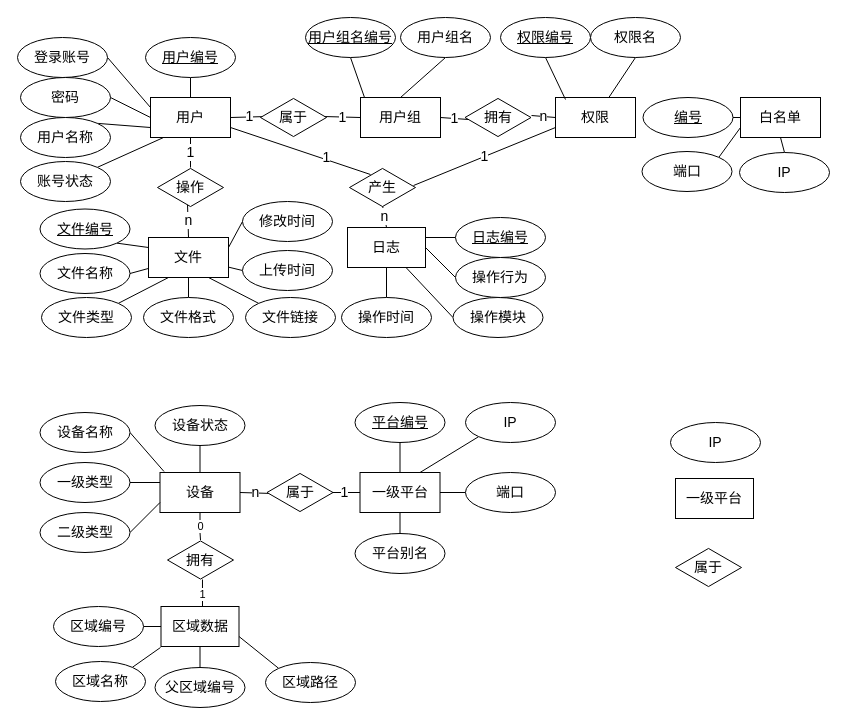
Earlier version of the draw.io diagram ER图.drawio (waterwatermelon/graph). Source tidied: cells renumbered, new cells numbered last; positions are measured from the earlier drawing's top-left corner, leaving out a move shared by most shapes. Both pictures are drawn from the tidied source at 100%, with x=0, y=0 at pixel (17, 17).
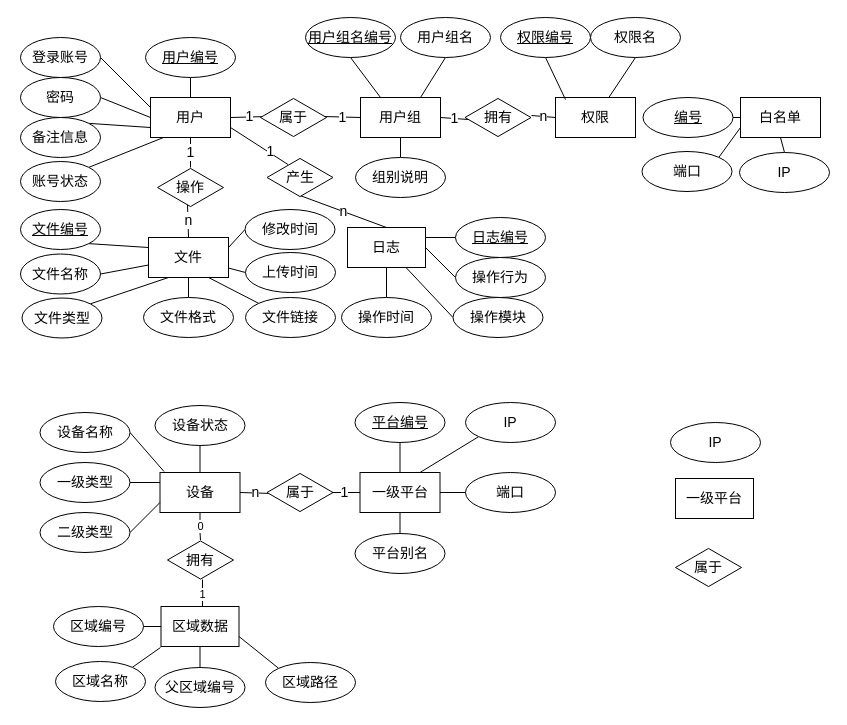
The same diagram, later.

The change refers to these unchanged cells:
```xml
<mxCell id="15" value="用户组" style="rounded=0;whiteSpace=wrap;html=1;fontSize=14;" parent="1" vertex="1">
  <mxGeometry x="343" y="80" width="80" height="40" as="geometry" />
</mxCell>
<mxCell id="18" value="&lt;u&gt;用户组名编号&lt;/u&gt;" style="ellipse;whiteSpace=wrap;html=1;fontSize=14;" parent="1" vertex="1">
  <mxGeometry x="288" width="90" height="40" as="geometry" />
</mxCell>
<mxCell id="20" value="用户组名" style="ellipse;whiteSpace=wrap;html=1;fontSize=14;" parent="1" vertex="1">
  <mxGeometry x="383" width="90" height="40" as="geometry" />
</mxCell>
<mxCell id="23" value="权限" style="rounded=0;whiteSpace=wrap;html=1;fontSize=14;" parent="1" vertex="1">
  <mxGeometry x="538" y="80" width="80" height="40" as="geometry" />
</mxCell>
```

Diff of the diagram source:
```diff
@@
     <mxCell id="8" value="登录账号" style="ellipse;whiteSpace=wrap;html=1;fontSize=14;" parent="1" vertex="1">
-      <mxGeometry y="20" width="90" height="40" as="geometry" />
+      <mxGeometry x="3" y="20" width="80" height="40" as="geometry" />
     </mxCell>
@@
     <mxCell id="10" value="密码" style="ellipse;whiteSpace=wrap;html=1;fontSize=14;" parent="1" vertex="1">
-      <mxGeometry x="3" y="60" width="90" height="40" as="geometry" />
+      <mxGeometry x="3" y="60" width="80" height="40" as="geometry" />
     </mxCell>
@@
-    <mxCell id="12" value="用户名称" style="ellipse;whiteSpace=wrap;html=1;fontSize=14;" parent="1" vertex="1">
-      <mxGeometry x="3" y="100" width="90" height="40" as="geometry" />
+    <mxCell id="12" value="备注信息" style="ellipse;whiteSpace=wrap;html=1;fontSize=14;" parent="1" vertex="1">
+      <mxGeometry x="3" y="100" width="80" height="40" as="geometry" />
     </mxCell>
@@
-    <mxCell id="17" style="edgeStyle=none;rounded=0;jettySize=auto;html=1;exitX=0.5;exitY=1;exitDx=0;exitDy=0;entryX=0.05;entryY=0;entryDx=0;entryDy=0;entryPerimeter=0;endArrow=none;endFill=0;fontSize=14;" parent="1" edge="1" source="18" target="15">
+    <mxCell id="17" style="edgeStyle=none;rounded=0;jettySize=auto;html=1;exitX=0.5;exitY=1;exitDx=0;exitDy=0;entryX=0.25;entryY=0;entryDx=0;entryDy=0;endArrow=none;endFill=0;fontSize=14;" parent="1" edge="1" source="18" target="15">
       <mxGeometry relative="1" as="geometry" />
     </mxCell>
@@
-    <mxCell id="19" style="edgeStyle=none;rounded=0;jettySize=auto;html=1;exitX=0.5;exitY=1;exitDx=0;exitDy=0;entryX=0.5;entryY=0;entryDx=0;entryDy=0;endArrow=none;endFill=0;fontSize=14;" parent="1" edge="1" source="20" target="15">
+    <mxCell id="19" style="edgeStyle=none;rounded=0;jettySize=auto;html=1;exitX=0.5;exitY=1;exitDx=0;exitDy=0;entryX=0.75;entryY=0;entryDx=0;entryDy=0;endArrow=none;endFill=0;fontSize=14;" parent="1" edge="1" source="20" target="15">
       <mxGeometry relative="1" as="geometry" />
     </mxCell>
@@
-    <mxCell id="22" value="1" style="edgeStyle=none;rounded=0;jettySize=auto;html=1;exitX=0;exitY=0.75;exitDx=0;exitDy=0;entryX=0.97;entryY=0.45;entryDx=0;entryDy=0;entryPerimeter=0;endArrow=none;endFill=0;fontSize=14;" parent="1" edge="1" source="23" target="73">
-      <mxGeometry relative="1" as="geometry" />
-    </mxCell>
@@
     <mxCell id="60" value="文件名称" style="ellipse;whiteSpace=wrap;html=1;fontSize=14;" parent="1" vertex="1">
-      <mxGeometry x="22.5" y="236" width="90" height="40" as="geometry" />
+      <mxGeometry x="3" y="236.5" width="80" height="40" as="geometry" />
     </mxCell>
@@
     <mxCell id="62" value="文件类型" style="ellipse;whiteSpace=wrap;html=1;fontSize=14;" parent="1" vertex="1">
-      <mxGeometry x="24" y="280" width="90" height="40" as="geometry" />
+      <mxGeometry x="4.5" y="280.5" width="80" height="40" as="geometry" />
     </mxCell>
@@
     <mxCell id="73" value="产生" style="html=1;whiteSpace=wrap;shape=isoRectangle;fontSize=14;" parent="1" vertex="1">
-      <mxGeometry x="332" y="150" width="66" height="40" as="geometry" />
+      <mxGeometry x="249.5" y="140" width="66" height="40" as="geometry" />
     </mxCell>
@@
     <mxCell id="79" value="上传时间" style="ellipse;whiteSpace=wrap;html=1;fontSize=14;" parent="1" vertex="1">
-      <mxGeometry x="225" y="233" width="90" height="40" as="geometry" />
+      <mxGeometry x="228" y="235" width="90" height="40" as="geometry" />
     </mxCell>
@@
     <mxCell id="81" value="修改时间" style="ellipse;whiteSpace=wrap;html=1;fontSize=14;" parent="1" vertex="1">
-      <mxGeometry x="225" y="184" width="90" height="40" as="geometry" />
+      <mxGeometry x="227.5" y="192" width="90" height="40" as="geometry" />
     </mxCell>
@@
     <mxCell id="94" value="账号状态" style="ellipse;whiteSpace=wrap;html=1;fontSize=14;" parent="1" vertex="1">
-      <mxGeometry x="3" y="144" width="90" height="40" as="geometry" />
+      <mxGeometry x="3" y="144" width="80" height="40" as="geometry" />
     </mxCell>
@@
     <mxCell id="98" value="&lt;u&gt;文件编号&lt;/u&gt;" style="ellipse;whiteSpace=wrap;html=1;fontSize=14;" parent="1" vertex="1">
-      <mxGeometry x="22.5" y="191.5" width="90" height="40" as="geometry" />
+      <mxGeometry x="3" y="192" width="80" height="40" as="geometry" />
     </mxCell>
@@
+    <mxCell id="104" style="edgeStyle=none;rounded=0;jettySize=auto;html=1;exitX=0.5;exitY=0;exitDx=0;exitDy=0;entryX=0.5;entryY=1;entryDx=0;entryDy=0;endArrow=none;endFill=0;" parent="1" edge="1" source="105" target="15">
+      <mxGeometry relative="1" as="geometry" />
+    </mxCell>
+    <mxCell id="105" value="组别说明" style="ellipse;whiteSpace=wrap;html=1;fontSize=14;" parent="1" vertex="1">
+      <mxGeometry x="338" y="140" width="90" height="40" as="geometry" />
+    </mxCell>
```
